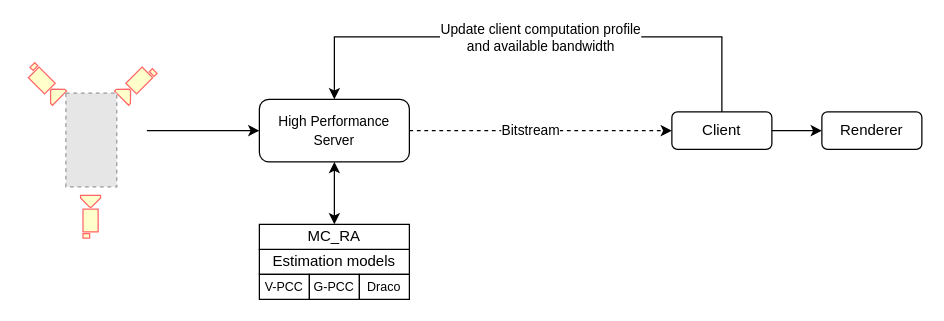
The draw.io diagram MC_RA.drawio in mahendra49/draw-io, before the edit. Source tidied: cells renumbered, new cells numbered last; positions are measured from the earlier drawing's top-left corner, leaving out a move shared by most shapes. Both pictures are drawn from the tidied source at 125%, with x=0, y=0 at pixel (21, 36). Pictures stored in the file or linked from it are replaced by grey dashed boxes.
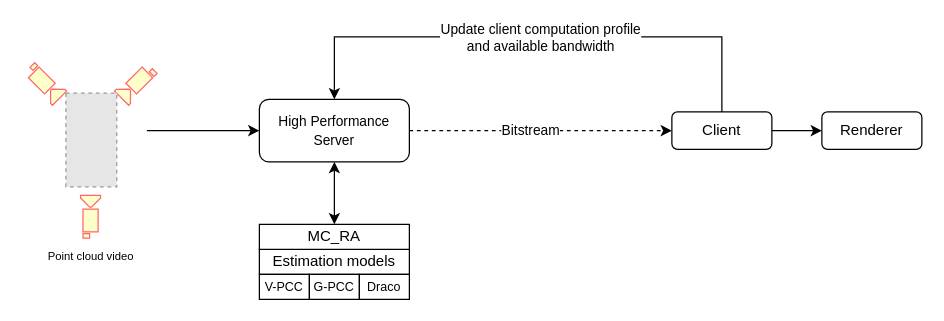
The same page after the edit.

The edit, as a diff of the source:
```diff
@@
+    <mxCell id="24" value="&lt;font style=&quot;font-size: 9px;&quot;&gt;Point cloud video&lt;/font&gt;" style="text;html=1;align=center;verticalAlign=middle;strokeColor=none;fillColor=none;" parent="1" vertex="1">
+      <mxGeometry x="10" y="160" width="90" height="30" as="geometry" />
+    </mxCell>
```
